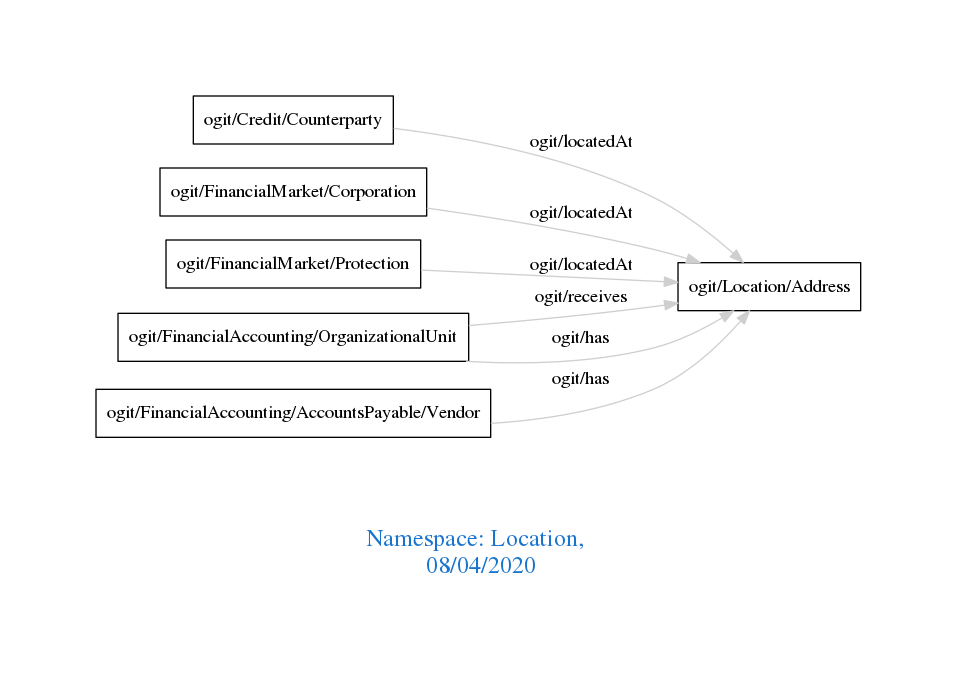
arago/OGIT keeps this Graphviz diagram as downloads/Location.png. Above is the earlier version. Its source is kept beside it as downloads/Location.dot.
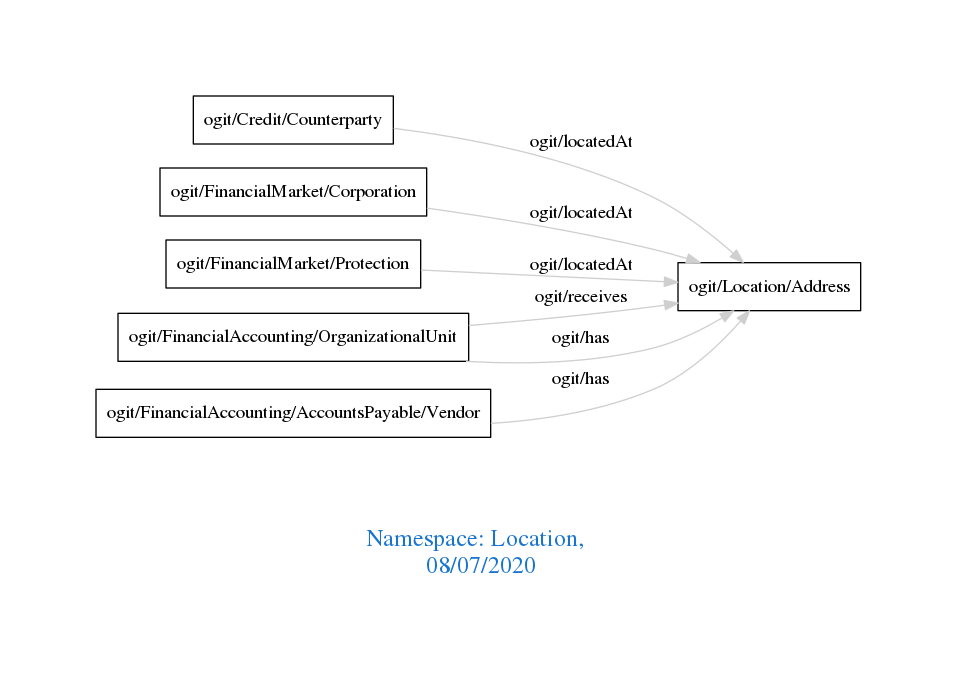
Later version of the same file.

Change to the diagram source:
```diff
@@ -1,7 +1,7 @@
 digraph OGIT_ontology {
  graph [ rankdir= LR,pad=1
 fontsize = 18,
-fontcolor= dodgerblue3,label = "\n\n\nNamespace: Location, \n 08/04/2020"];
+fontcolor= dodgerblue3,label = "\n\n\nNamespace: Location, \n 08/07/2020"];
 node[shape=polygon];
 edge [  color="gray81"];
 
```
